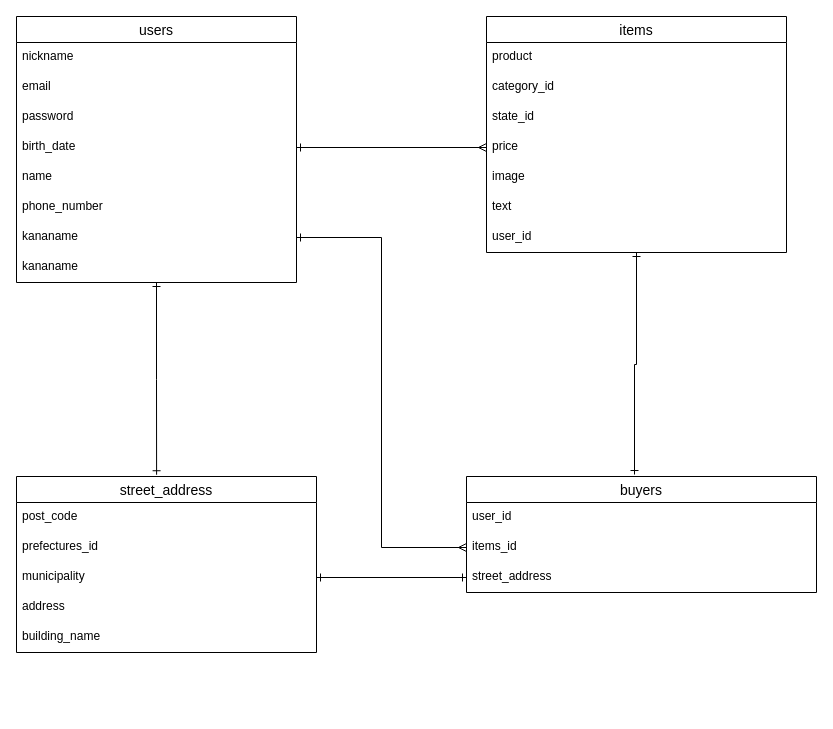
The draw.io diagram furima.dio in junkobayashi11/furima-33993, before the edit. Source tidied: cells renumbered, new cells numbered last; positions are measured from the earlier drawing's top-left corner, leaving out a move shared by most shapes. Both pictures are drawn from the tidied source at 100%, with x=0, y=0 at pixel (16, 16).
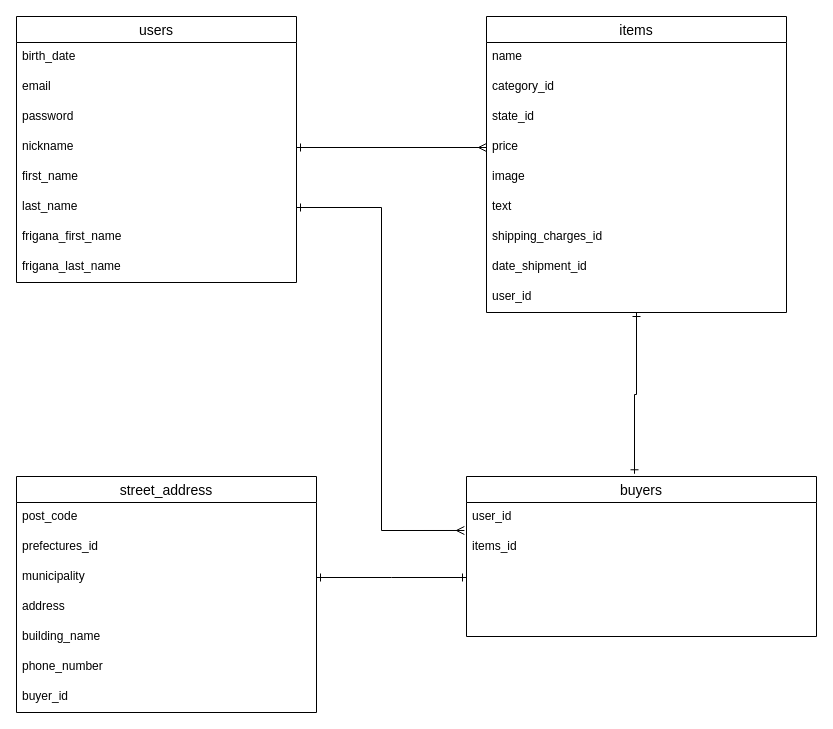
The same diagram, later.

Commit message (it also covers changes not shown here):
ER図、READMEの修正２

Unchanged cells that the change refers to:
```xml
<mxCell id="3" value="users" style="swimlane;fontStyle=0;horizontal=1;startSize=26;align=center;fontSize=14;" parent="1" vertex="1">
  <mxGeometry width="280" height="266" as="geometry" />
</mxCell>
<mxCell id="24" value="municipality" style="text;strokeColor=none;fillColor=none;spacingLeft=4;spacingRight=4;overflow=hidden;points=[[0,0.5],[1,0.5]];portConstraint=eastwest;fontSize=12;" parent="21" vertex="1">
  <mxGeometry y="86" width="300" height="30" as="geometry" />
</mxCell>
<mxCell id="28" value="user_id" style="text;strokeColor=none;fillColor=none;spacingLeft=4;spacingRight=4;overflow=hidden;points=[[0,0.5],[1,0.5]];portConstraint=eastwest;fontSize=12;" parent="27" vertex="1">
  <mxGeometry y="26" width="350" height="30" as="geometry" />
</mxCell>
```

What changed in the source:
```diff
@@
-    <mxCell id="2" style="edgeStyle=orthogonalEdgeStyle;rounded=0;jettySize=auto;html=1;entryX=0.467;entryY=-0.01;entryDx=0;entryDy=0;entryPerimeter=0;endArrow=ERone;endFill=0;startArrow=ERone;startFill=0;" parent="1" edge="1" source="3" target="21">
-      <mxGeometry relative="1" as="geometry" />
-    </mxCell>
@@
-    <mxCell id="4" value="nickname" style="text;strokeColor=none;fillColor=none;spacingLeft=4;spacingRight=4;overflow=hidden;fontSize=12;" parent="3" vertex="1">
+    <mxCell id="4" value="birth_date" style="text;strokeColor=none;fillColor=none;spacingLeft=4;spacingRight=4;overflow=hidden;fontSize=12;" parent="3" vertex="1">
       <mxGeometry y="26" width="280" height="30" as="geometry" />
     </mxCell>
@@
-    <mxCell id="7" value="birth_date" style="text;strokeColor=none;fillColor=none;spacingLeft=4;spacingRight=4;overflow=hidden;points=[[0,0.5],[1,0.5]];portConstraint=eastwest;fontSize=12;" parent="3" vertex="1">
+    <mxCell id="7" value="nickname" style="text;strokeColor=none;fillColor=none;spacingLeft=4;spacingRight=4;overflow=hidden;points=[[0,0.5],[1,0.5]];portConstraint=eastwest;fontSize=12;" parent="3" vertex="1">
       <mxGeometry y="116" width="280" height="30" as="geometry" />
     </mxCell>
-    <mxCell id="8" value="name" style="text;strokeColor=none;fillColor=none;spacingLeft=4;spacingRight=4;overflow=hidden;fontSize=12;" parent="3" vertex="1">
+    <mxCell id="8" value="first_name" style="text;strokeColor=none;fillColor=none;spacingLeft=4;spacingRight=4;overflow=hidden;fontSize=12;" parent="3" vertex="1">
       <mxGeometry y="146" width="280" height="30" as="geometry" />
     </mxCell>
-    <mxCell id="9" value="phone_number" style="text;strokeColor=none;fillColor=none;spacingLeft=4;spacingRight=4;overflow=hidden;fontSize=12;" parent="3" vertex="1">
-      <mxGeometry y="176" width="280" height="30" as="geometry" />
-    </mxCell>
-    <mxCell id="10" value="kananame" style="text;strokeColor=none;fillColor=none;spacingLeft=4;spacingRight=4;overflow=hidden;points=[[0,0.5],[1,0.5]];portConstraint=eastwest;fontSize=12;" parent="3" vertex="1">
-      <mxGeometry y="206" width="280" height="30" as="geometry" />
+    <mxCell id="10" value="last_name" style="text;strokeColor=none;fillColor=none;spacingLeft=4;spacingRight=4;overflow=hidden;points=[[0,0.5],[1,0.5]];portConstraint=eastwest;fontSize=12;" parent="3" vertex="1">
+      <mxGeometry y="176" width="280" height="30" as="geometry" />
     </mxCell>
-    <mxCell id="11" value="kananame" style="text;strokeColor=none;fillColor=none;spacingLeft=4;spacingRight=4;overflow=hidden;fontSize=12;" parent="3" vertex="1">
-      <mxGeometry y="236" width="280" height="30" as="geometry" />
+    <mxCell id="11" value="frigana_first_name" style="text;strokeColor=none;fillColor=none;spacingLeft=4;spacingRight=4;overflow=hidden;fontSize=12;" parent="3" vertex="1">
+      <mxGeometry y="206" width="280" height="30" as="geometry" />
     </mxCell>
+    <mxCell id="34" value="frigana_last_name" style="text;strokeColor=none;fillColor=none;spacingLeft=4;spacingRight=4;overflow=hidden;fontSize=12;" parent="3" vertex="1">
+      <mxGeometry y="236" width="280" height="30" as="geometry" />
+    </mxCell>
@@
     <mxCell id="13" value="items" style="swimlane;fontStyle=0;horizontal=1;startSize=26;align=center;fontSize=14;verticalAlign=middle;" parent="1" vertex="1">
-      <mxGeometry x="470" width="300" height="236" as="geometry" />
+      <mxGeometry x="470" width="300" height="296" as="geometry" />
     </mxCell>
-    <mxCell id="14" value="product" style="text;strokeColor=none;fillColor=none;spacingLeft=4;spacingRight=4;overflow=hidden;fontSize=12;" parent="13" vertex="1">
+    <mxCell id="14" value="name" style="text;strokeColor=none;fillColor=none;spacingLeft=4;spacingRight=4;overflow=hidden;fontSize=12;" parent="13" vertex="1">
       <mxGeometry y="26" width="300" height="30" as="geometry" />
     </mxCell>
@@
+    <mxCell id="35" value="shipping_charges_id" style="text;strokeColor=none;fillColor=none;spacingLeft=4;spacingRight=4;overflow=hidden;fontSize=12;" parent="13" vertex="1">
+      <mxGeometry y="206" width="300" height="30" as="geometry" />
+    </mxCell>
+    <mxCell id="36" value="date_shipment_id" style="text;strokeColor=none;fillColor=none;spacingLeft=4;spacingRight=4;overflow=hidden;fontSize=12;" parent="13" vertex="1">
+      <mxGeometry y="236" width="300" height="30" as="geometry" />
+    </mxCell>
     <mxCell id="20" value="user_id" style="text;strokeColor=none;fillColor=none;spacingLeft=4;spacingRight=4;overflow=hidden;fontSize=12;" parent="13" vertex="1">
-      <mxGeometry y="206" width="300" height="30" as="geometry" />
+      <mxGeometry y="266" width="300" height="30" as="geometry" />
     </mxCell>
     <mxCell id="21" value="street_address" style="swimlane;fontStyle=0;horizontal=1;startSize=26;align=center;fontSize=14;" parent="1" vertex="1">
-      <mxGeometry y="460" width="300" height="176" as="geometry" />
+      <mxGeometry y="460" width="300" height="236" as="geometry" />
     </mxCell>
@@
+    <mxCell id="9" value="phone_number" style="text;strokeColor=none;fillColor=none;spacingLeft=4;spacingRight=4;overflow=hidden;fontSize=12;" parent="21" vertex="1">
+      <mxGeometry y="176" width="300" height="30" as="geometry" />
+    </mxCell>
+    <mxCell id="37" value="buyer_id" style="text;strokeColor=none;fillColor=none;spacingLeft=4;spacingRight=4;overflow=hidden;fontSize=12;" parent="21" vertex="1">
+      <mxGeometry y="206" width="300" height="30" as="geometry" />
+    </mxCell>
     <mxCell id="27" value="buyers" style="swimlane;fontStyle=0;horizontal=1;startSize=26;align=center;fontSize=14;" parent="1" vertex="1">
-      <mxGeometry x="450" y="460" width="350" height="116" as="geometry" />
+      <mxGeometry x="450" y="460" width="350" height="160" as="geometry" />
     </mxCell>
@@
     <mxCell id="29" value="items_id" style="text;strokeColor=none;fillColor=none;spacingLeft=4;spacingRight=4;overflow=hidden;points=[[0,0.5],[1,0.5]];portConstraint=eastwest;fontSize=12;" parent="27" vertex="1">
-      <mxGeometry y="56" width="350" height="30" as="geometry" />
+      <mxGeometry y="56" width="350" height="104" as="geometry" />
     </mxCell>
-    <mxCell id="30" value="street_address" style="text;strokeColor=none;fillColor=none;spacingLeft=4;spacingRight=4;overflow=hidden;points=[[0,0.5],[1,0.5]];portConstraint=eastwest;fontSize=12;" parent="27" vertex="1">
-      <mxGeometry y="86" width="350" height="30" as="geometry" />
-    </mxCell>
-    <mxCell id="31" style="edgeStyle=orthogonalEdgeStyle;rounded=0;jettySize=auto;html=1;entryX=0;entryY=0.5;entryDx=0;entryDy=0;startArrow=ERone;startFill=0;endArrow=ERmany;endFill=0;" parent="1" edge="1" source="10" target="29">
+    <mxCell id="31" style="edgeStyle=orthogonalEdgeStyle;rounded=0;jettySize=auto;html=1;entryX=-0.006;entryY=0.933;entryDx=0;entryDy=0;startArrow=ERone;startFill=0;endArrow=ERmany;endFill=0;entryPerimeter=0;" parent="1" edge="1" source="10" target="28">
       <mxGeometry relative="1" as="geometry" />
     </mxCell>
-    <mxCell id="32" style="edgeStyle=orthogonalEdgeStyle;rounded=0;jettySize=auto;html=1;entryX=0;entryY=0.5;entryDx=0;entryDy=0;startArrow=ERone;startFill=0;endArrow=ERone;endFill=0;" parent="1" edge="1" source="24" target="30">
-      <mxGeometry relative="1" as="geometry" />
+    <mxCell id="32" style="edgeStyle=orthogonalEdgeStyle;rounded=0;jettySize=auto;html=1;entryX=0;entryY=0.5;entryDx=0;entryDy=0;startArrow=ERone;startFill=0;endArrow=ERone;endFill=0;" parent="1" edge="1" source="24">
+      <mxGeometry relative="1" as="geometry">
+        <mxPoint x="450" y="561" as="targetPoint" />
+      </mxGeometry>
     </mxCell>
```
